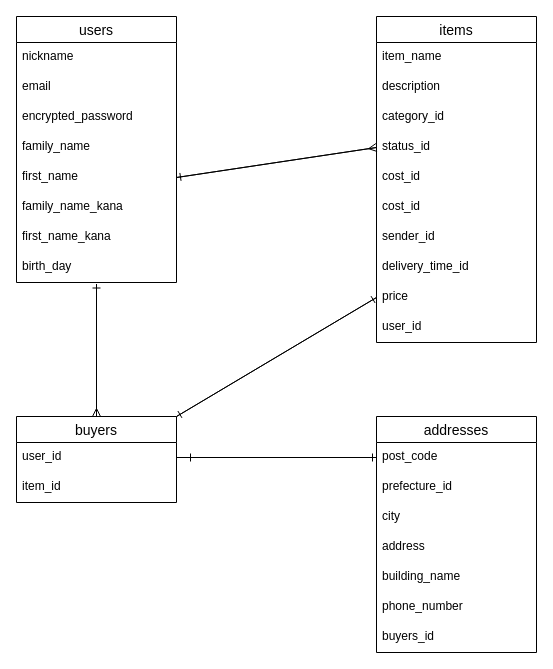
misuzu5/furima-38486 keeps this draw.io diagram as ER.dio. Above is the earlier version. Source tidied: cells renumbered, new cells numbered last; positions are measured from the earlier drawing's top-left corner, leaving out a move shared by most shapes. Both pictures are drawn from the tidied source at 100%, with x=0, y=0 at pixel (16, 16).
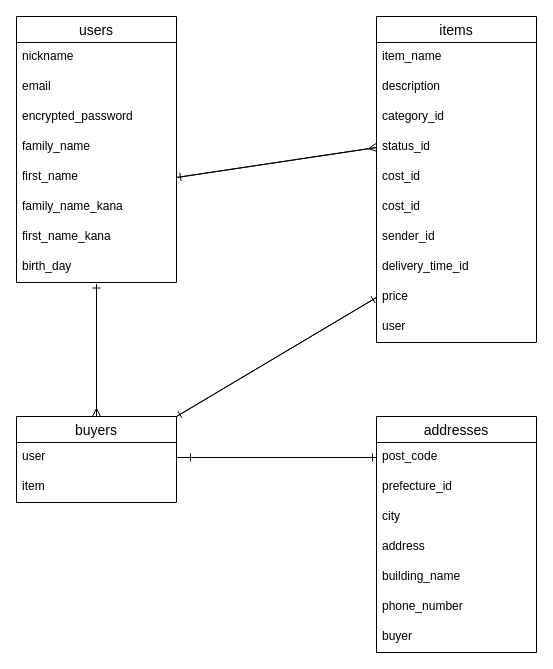
The same page after the edit.

Commit message (it also covers changes not shown here):
データベース設計 再再々修正

The change refers to these unchanged cells:
```xml
<mxCell id="11" value="items" style="swimlane;fontStyle=0;horizontal=1;startSize=26;align=center;fontSize=14;" parent="1" vertex="1">
  <mxGeometry x="360" width="160" height="326" as="geometry" />
</mxCell>
<mxCell id="24" value="buyers" style="swimlane;fontStyle=0;horizontal=1;startSize=26;align=center;fontSize=14;" parent="1" vertex="1">
  <mxGeometry y="400" width="160" height="86" as="geometry" />
</mxCell>
<mxCell id="27" value="addresses" style="swimlane;fontStyle=0;horizontal=1;startSize=26;align=center;fontSize=14;" parent="1" vertex="1">
  <mxGeometry x="360" y="400" width="160" height="236" as="geometry" />
</mxCell>
```

What changed in the source:
```diff
@@
-    <mxCell id="21" value="user_id" style="text;strokeColor=none;fillColor=none;spacingLeft=4;spacingRight=4;overflow=hidden;fontSize=12;" parent="11" vertex="1">
+    <mxCell id="21" value="user" style="text;strokeColor=none;fillColor=none;spacingLeft=4;spacingRight=4;overflow=hidden;fontSize=12;" parent="11" vertex="1">
       <mxGeometry y="296" width="160" height="30" as="geometry" />
     </mxCell>
@@
-    <mxCell id="25" value="user_id" style="text;strokeColor=none;fillColor=none;spacingLeft=4;spacingRight=4;overflow=hidden;points=[[0,0.5],[1,0.5]];portConstraint=eastwest;fontSize=12;" parent="24" vertex="1">
+    <mxCell id="25" value="user" style="text;strokeColor=none;fillColor=none;spacingLeft=4;spacingRight=4;overflow=hidden;points=[[0,0.5],[1,0.5]];portConstraint=eastwest;fontSize=12;" parent="24" vertex="1">
       <mxGeometry y="26" width="160" height="30" as="geometry" />
     </mxCell>
-    <mxCell id="26" value="item_id&#10;" style="text;strokeColor=none;fillColor=none;spacingLeft=4;spacingRight=4;overflow=hidden;fontSize=12;" parent="24" vertex="1">
+    <mxCell id="26" value="item&#10;" style="text;strokeColor=none;fillColor=none;spacingLeft=4;spacingRight=4;overflow=hidden;fontSize=12;" parent="24" vertex="1">
       <mxGeometry y="56" width="160" height="30" as="geometry" />
     </mxCell>
@@
-    <mxCell id="34" value="buyers_id" style="text;strokeColor=none;fillColor=none;spacingLeft=4;spacingRight=4;overflow=hidden;fontSize=12;" parent="27" vertex="1">
+    <mxCell id="34" value="buyer" style="text;strokeColor=none;fillColor=none;spacingLeft=4;spacingRight=4;overflow=hidden;fontSize=12;" parent="27" vertex="1">
       <mxGeometry y="206" width="160" height="30" as="geometry" />
     </mxCell>
```
